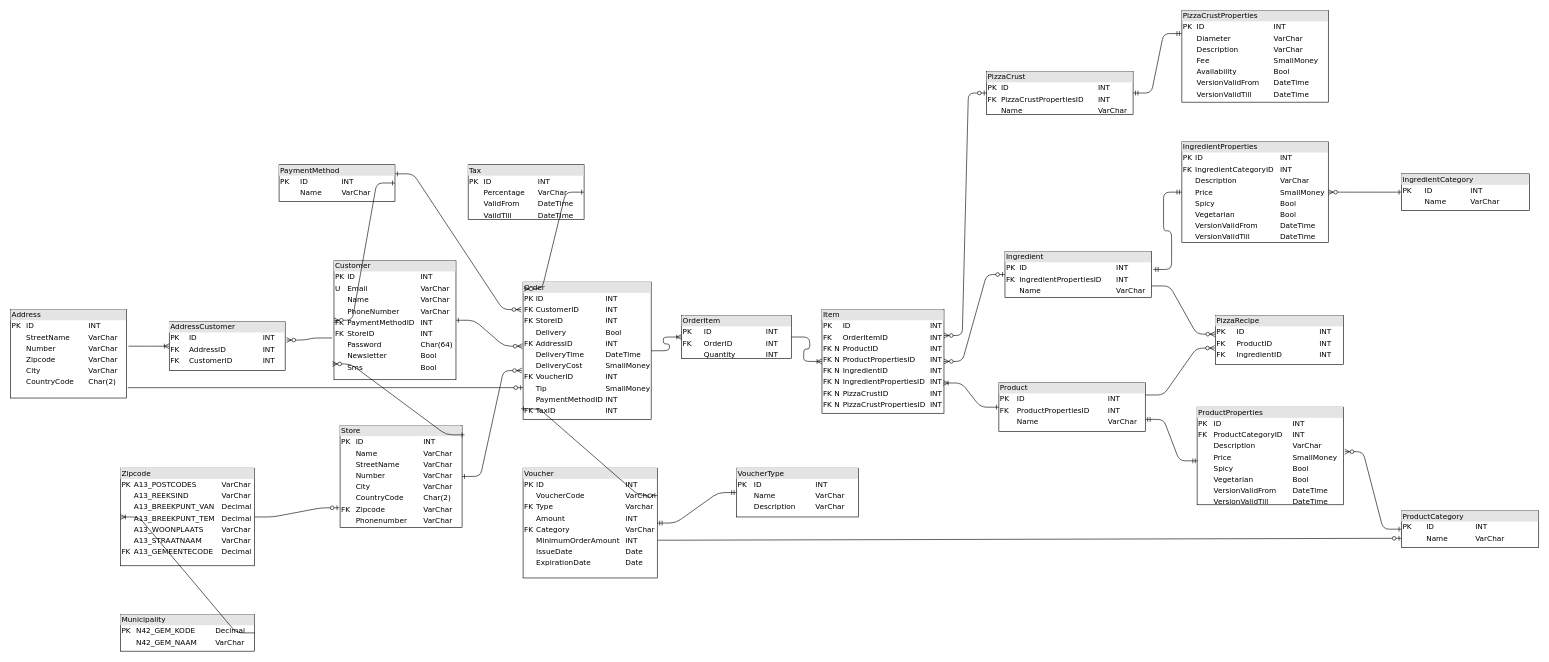
The draw.io diagram DBO_huidige_situatie.drawio in SlatanEnLexSemester4/Mario-Pizza-Case, before the edit. Source tidied: cells renumbered, new cells numbered last; positions are measured from the earlier drawing's top-left corner, leaving out a move shared by most shapes. Both pictures are drawn from the tidied source at 61%, with x=0, y=0 at pixel (10, 10).
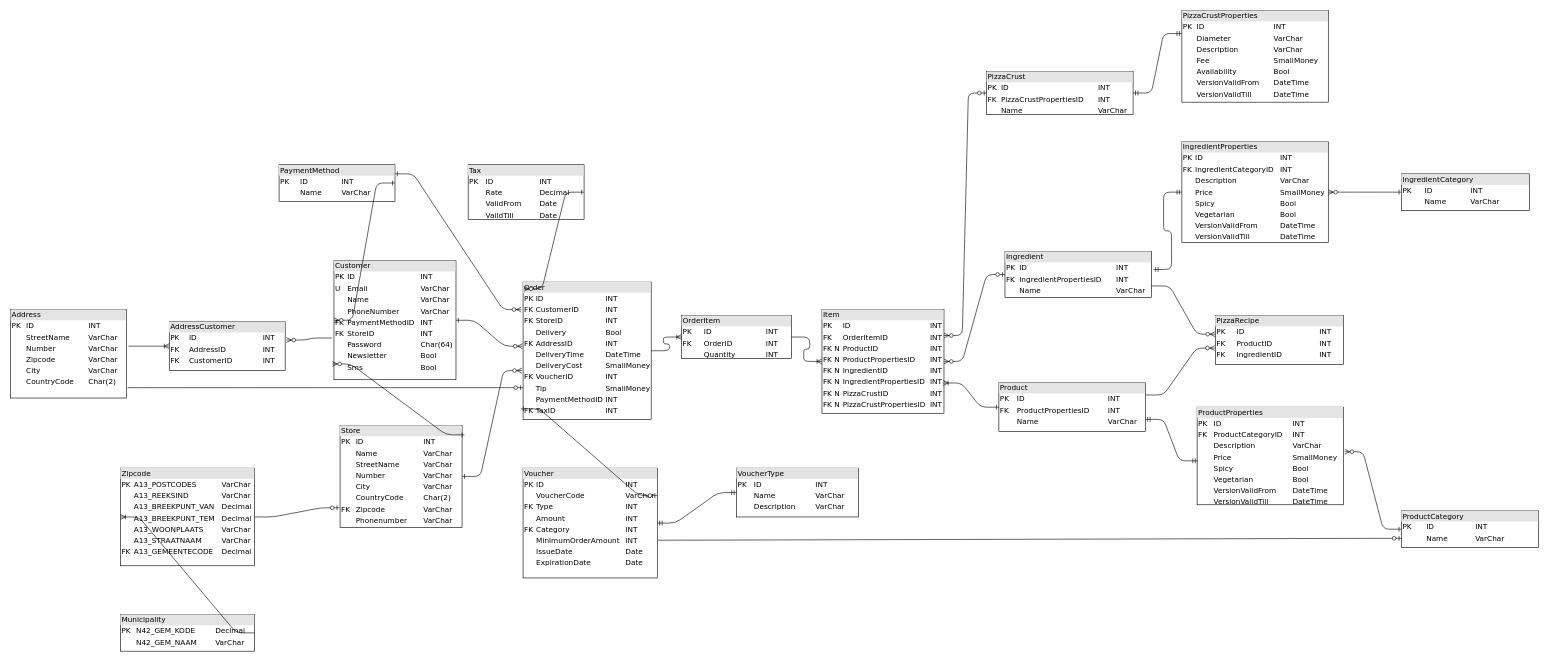
The same page after the edit.

The edit, as a diff of the source:
```diff
@@
-    <mxCell id="18" value="&lt;div style=&quot;box-sizing: border-box ; width: 100% ; background: #e4e4e4 ; padding: 2px&quot;&gt;Voucher&lt;br&gt;&lt;/div&gt;&lt;table style=&quot;width: 100% ; font-size: 1em&quot; cellspacing=&quot;0&quot; cellpadding=&quot;2&quot;&gt;&lt;tbody&gt;&lt;tr&gt;&lt;td&gt;PK&lt;/td&gt;&lt;td&gt;ID&lt;br&gt;&lt;/td&gt;&lt;td&gt;INT&lt;br&gt;&lt;/td&gt;&lt;/tr&gt;&lt;tr&gt;&lt;td&gt;&lt;br&gt;&lt;/td&gt;&lt;td&gt;VoucherCode&lt;/td&gt;&lt;td&gt;VarChar&lt;/td&gt;&lt;/tr&gt;&lt;tr&gt;&lt;td&gt;FK&lt;/td&gt;&lt;td&gt;Type&lt;/td&gt;&lt;td&gt;Varchar&lt;/td&gt;&lt;/tr&gt;&lt;tr&gt;&lt;td&gt;&lt;br&gt;&lt;/td&gt;&lt;td&gt;Amount&lt;/td&gt;&lt;td&gt;INT&lt;/td&gt;&lt;/tr&gt;&lt;tr&gt;&lt;td&gt;FK&lt;/td&gt;&lt;td&gt;Category&lt;/td&gt;&lt;td&gt;VarChar&lt;/td&gt;&lt;/tr&gt;&lt;tr&gt;&lt;td&gt;&lt;br&gt;&lt;/td&gt;&lt;td&gt;MinimumOrderAmount&lt;/td&gt;&lt;td&gt;INT&lt;/td&gt;&lt;/tr&gt;&lt;tr&gt;&lt;td&gt;&lt;br&gt;&lt;/td&gt;&lt;td&gt;IssueDate&lt;/td&gt;&lt;td&gt;Date&lt;/td&gt;&lt;/tr&gt;&lt;tr&gt;&lt;td&gt;&lt;br&gt;&lt;/td&gt;&lt;td&gt;ExpirationDate&lt;/td&gt;&lt;td&gt;Date&lt;br&gt;&lt;/td&gt;&lt;/tr&gt;&lt;/tbody&gt;&lt;/table&gt;" style="verticalAlign=top;align=left;overflow=fill;html=1;rounded=0;shadow=0;comic=0;labelBackgroundColor=none;strokeWidth=1;fontFamily=Verdana;fontSize=12;" parent="1" vertex="1">
+    <mxCell id="18" value="&lt;div style=&quot;box-sizing: border-box ; width: 100% ; background: #e4e4e4 ; padding: 2px&quot;&gt;Voucher&lt;br&gt;&lt;/div&gt;&lt;table style=&quot;width: 100% ; font-size: 1em&quot; cellspacing=&quot;0&quot; cellpadding=&quot;2&quot;&gt;&lt;tbody&gt;&lt;tr&gt;&lt;td&gt;PK&lt;/td&gt;&lt;td&gt;ID&lt;br&gt;&lt;/td&gt;&lt;td&gt;INT&lt;br&gt;&lt;/td&gt;&lt;/tr&gt;&lt;tr&gt;&lt;td&gt;&lt;br&gt;&lt;/td&gt;&lt;td&gt;VoucherCode&lt;/td&gt;&lt;td&gt;VarChar&lt;/td&gt;&lt;/tr&gt;&lt;tr&gt;&lt;td&gt;FK&lt;/td&gt;&lt;td&gt;Type&lt;/td&gt;&lt;td&gt;INT&lt;/td&gt;&lt;/tr&gt;&lt;tr&gt;&lt;td&gt;&lt;br&gt;&lt;/td&gt;&lt;td&gt;Amount&lt;/td&gt;&lt;td&gt;INT&lt;/td&gt;&lt;/tr&gt;&lt;tr&gt;&lt;td&gt;FK&lt;/td&gt;&lt;td&gt;Category&lt;/td&gt;&lt;td&gt;INT&lt;/td&gt;&lt;/tr&gt;&lt;tr&gt;&lt;td&gt;&lt;br&gt;&lt;/td&gt;&lt;td&gt;MinimumOrderAmount&lt;/td&gt;&lt;td&gt;INT&lt;/td&gt;&lt;/tr&gt;&lt;tr&gt;&lt;td&gt;&lt;br&gt;&lt;/td&gt;&lt;td&gt;IssueDate&lt;/td&gt;&lt;td&gt;Date&lt;/td&gt;&lt;/tr&gt;&lt;tr&gt;&lt;td&gt;&lt;br&gt;&lt;/td&gt;&lt;td&gt;ExpirationDate&lt;/td&gt;&lt;td&gt;Date&lt;br&gt;&lt;/td&gt;&lt;/tr&gt;&lt;/tbody&gt;&lt;/table&gt;" style="verticalAlign=top;align=left;overflow=fill;html=1;rounded=0;shadow=0;comic=0;labelBackgroundColor=none;strokeWidth=1;fontFamily=Verdana;fontSize=12;" parent="1" vertex="1">
       <mxGeometry x="840" y="750" width="220" height="180" as="geometry" />
     </mxCell>
@@
-    <mxCell id="49" value="&lt;div style=&quot;box-sizing: border-box ; width: 100% ; background: #e4e4e4 ; padding: 2px&quot;&gt;Tax&lt;br&gt;&lt;/div&gt;&lt;table style=&quot;width: 100% ; font-size: 1em&quot; cellspacing=&quot;0&quot; cellpadding=&quot;2&quot;&gt;&lt;tbody&gt;&lt;tr&gt;&lt;td&gt;PK&lt;/td&gt;&lt;td&gt;ID&lt;br&gt;&lt;/td&gt;&lt;td&gt;INT&lt;/td&gt;&lt;/tr&gt;&lt;tr&gt;&lt;td&gt;&lt;br&gt;&lt;/td&gt;&lt;td&gt;Percentage&lt;/td&gt;&lt;td&gt;VarChar&lt;/td&gt;&lt;/tr&gt;&lt;tr&gt;&lt;td&gt;&lt;br&gt;&lt;/td&gt;&lt;td&gt;ValidFrom&lt;/td&gt;&lt;td&gt;DateTime&lt;/td&gt;&lt;/tr&gt;&lt;tr&gt;&lt;td&gt;&lt;br&gt;&lt;/td&gt;&lt;td&gt;VaildTill&lt;/td&gt;&lt;td&gt;DateTime&lt;/td&gt;&lt;/tr&gt;&lt;tr&gt;&lt;td&gt;&lt;br&gt;&lt;/td&gt;&lt;td&gt;&lt;br&gt;&lt;/td&gt;&lt;td&gt;&lt;br&gt;&lt;/td&gt;&lt;/tr&gt;&lt;/tbody&gt;&lt;/table&gt;" style="verticalAlign=top;align=left;overflow=fill;html=1;rounded=0;shadow=0;comic=0;labelBackgroundColor=none;strokeWidth=1;fontFamily=Verdana;fontSize=12;" parent="1" vertex="1">
+    <mxCell id="49" value="&lt;div style=&quot;box-sizing: border-box ; width: 100% ; background: #e4e4e4 ; padding: 2px&quot;&gt;Tax&lt;br&gt;&lt;/div&gt;&lt;table style=&quot;width: 100% ; font-size: 1em&quot; cellspacing=&quot;0&quot; cellpadding=&quot;2&quot;&gt;&lt;tbody&gt;&lt;tr&gt;&lt;td&gt;PK&lt;/td&gt;&lt;td&gt;ID&lt;br&gt;&lt;/td&gt;&lt;td&gt;INT&lt;/td&gt;&lt;/tr&gt;&lt;tr&gt;&lt;td&gt;&lt;br&gt;&lt;/td&gt;&lt;td&gt;Rate&lt;/td&gt;&lt;td&gt;Decimal&lt;/td&gt;&lt;/tr&gt;&lt;tr&gt;&lt;td&gt;&lt;br&gt;&lt;/td&gt;&lt;td&gt;ValidFrom&lt;/td&gt;&lt;td&gt;Date&lt;/td&gt;&lt;/tr&gt;&lt;tr&gt;&lt;td&gt;&lt;br&gt;&lt;/td&gt;&lt;td&gt;VaildTill&lt;/td&gt;&lt;td&gt;Date&lt;/td&gt;&lt;/tr&gt;&lt;tr&gt;&lt;td&gt;&lt;br&gt;&lt;/td&gt;&lt;td&gt;&lt;br&gt;&lt;/td&gt;&lt;td&gt;&lt;br&gt;&lt;/td&gt;&lt;/tr&gt;&lt;/tbody&gt;&lt;/table&gt;" style="verticalAlign=top;align=left;overflow=fill;html=1;rounded=0;shadow=0;comic=0;labelBackgroundColor=none;strokeWidth=1;fontFamily=Verdana;fontSize=12;" parent="1" vertex="1">
       <mxGeometry x="750" y="252.5" width="190" height="90" as="geometry" />
     </mxCell>
```
